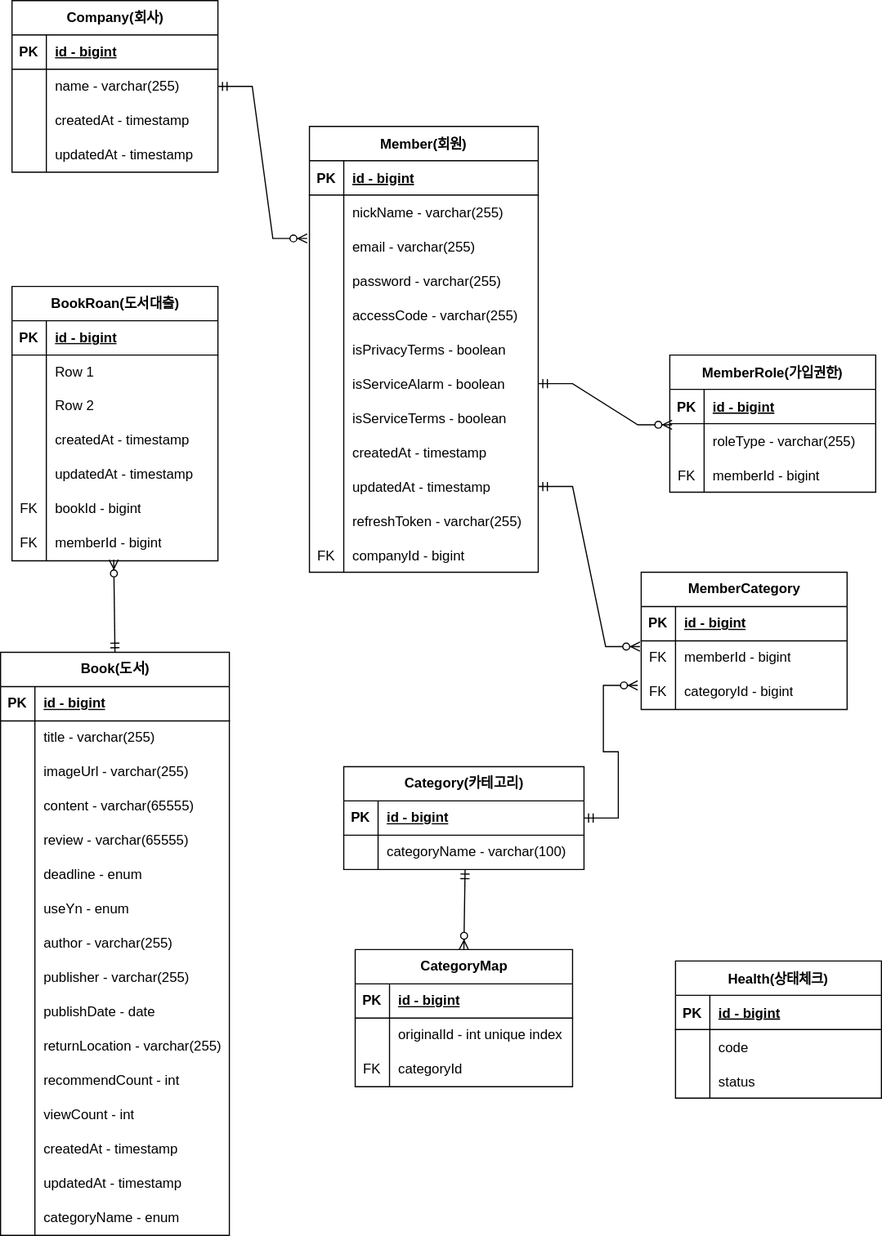
Above: document/litarary.drawio.svg in dukki-labs/litarary (draw.io), before the change. Source tidied: cells renumbered, new cells last; positions are measured from the earlier drawing's top-left corner, leaving out a move shared by most shapes.
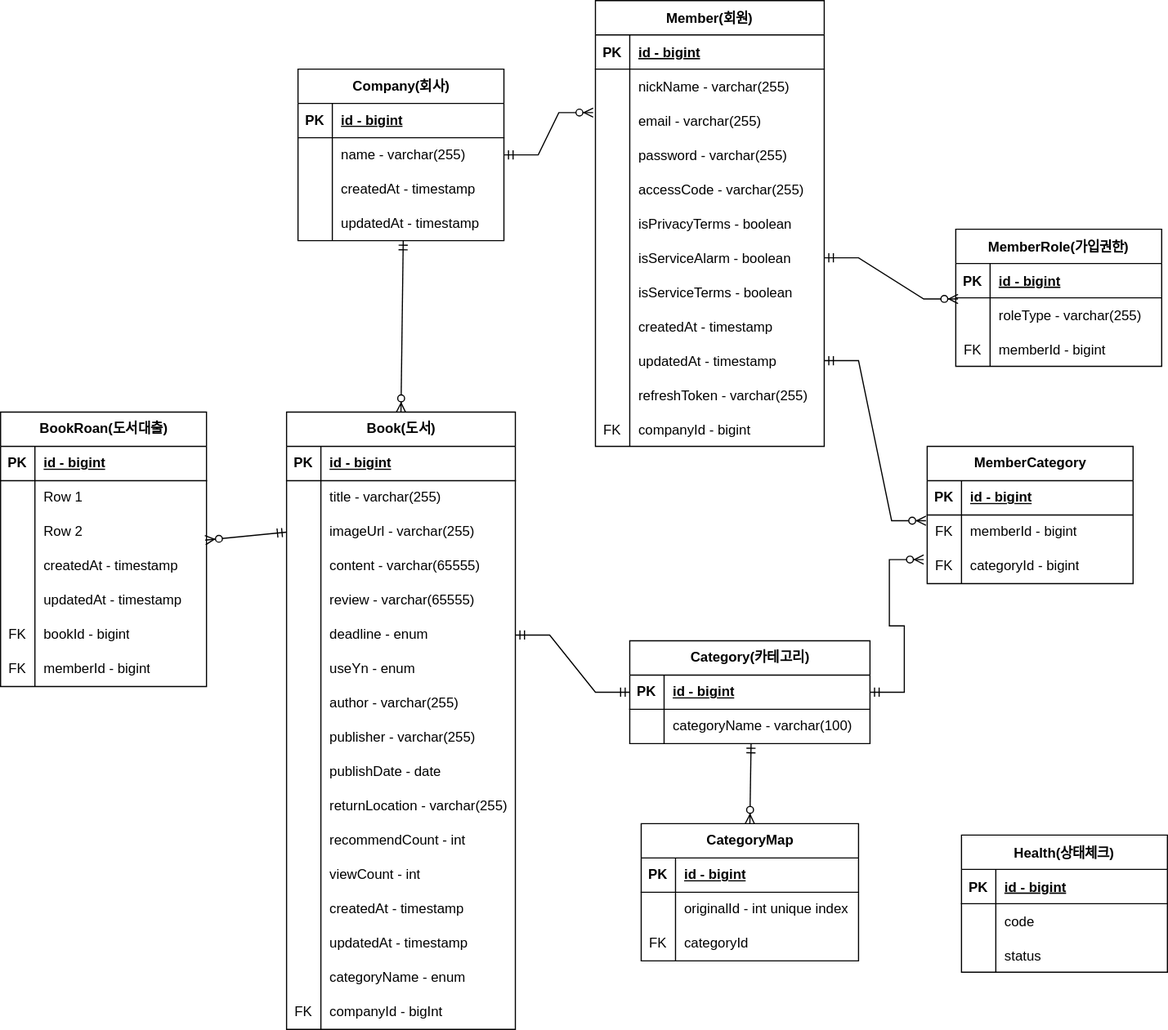
Later version of the same file.

Diff of the diagram source:
```diff
@@ -231,7 +231,7 @@
       <mxGeometry relative="1" as="geometry" />
     </mxCell>
     <mxCell id="78" value="Book(도서)" style="shape=table;startSize=30;rowLines=0;fontStyle=1;align=center;html=1;" parent="1" vertex="1">
-      <mxGeometry y="570" width="200" height="510" as="geometry" />
+      <mxGeometry y="470" width="200" height="540" as="geometry" />
     </mxCell>
     <mxCell id="79" style="shape=tableRow;horizontal=0;startSize=0;swimlaneHead=0;swimlaneBody=0;fillColor=none;top=0;left=0;right=0;bottom=1;" parent="78" vertex="1">
       <mxGeometry y="30" width="200" height="30" as="geometry" />
@@ -377,8 +377,17 @@
     <mxCell id="126" value="categoryName - enum" style="shape=partialRectangle;fillColor=none;top=0;left=0;bottom=0;right=0;align=left;spacingLeft=6;overflow=hidden;whiteSpace=wrap;html=1;" parent="124" vertex="1">
       <mxGeometry x="30" width="170" height="30" as="geometry" />
     </mxCell>
+    <mxCell id="176" style="shape=tableRow;horizontal=0;startSize=0;swimlaneHead=0;swimlaneBody=0;fillColor=none;top=0;left=0;right=0;bottom=0;" parent="78" vertex="1">
+      <mxGeometry y="510" width="200" height="30" as="geometry" />
+    </mxCell>
+    <mxCell id="177" value="FK" style="shape=partialRectangle;fillColor=none;top=0;left=0;bottom=0;right=0;overflow=hidden;whiteSpace=wrap;html=1;" parent="176" vertex="1">
+      <mxGeometry width="30" height="30" as="geometry" />
+    </mxCell>
+    <mxCell id="178" value="companyId - bigInt" style="shape=partialRectangle;fillColor=none;top=0;left=0;bottom=0;right=0;align=left;spacingLeft=6;overflow=hidden;whiteSpace=wrap;html=1;" parent="176" vertex="1">
+      <mxGeometry x="30" width="170" height="30" as="geometry" />
+    </mxCell>
     <mxCell id="127" value="BookRoan(도서대출)" style="shape=table;startSize=30;rowLines=0;fontStyle=1;align=center;html=1;" parent="1" vertex="1">
-      <mxGeometry x="10" y="250" width="180" height="240" as="geometry" />
+      <mxGeometry x="-250" y="470" width="180" height="240" as="geometry" />
     </mxCell>
     <mxCell id="128" style="shape=tableRow;horizontal=0;startSize=0;swimlaneHead=0;swimlaneBody=0;fillColor=none;top=0;left=0;right=0;bottom=1;" parent="127" vertex="1">
       <mxGeometry y="30" width="180" height="30" as="geometry" />
@@ -443,7 +452,7 @@
     <mxCell id="148" value="memberId - bigint" style="shape=partialRectangle;fillColor=none;top=0;left=0;bottom=0;right=0;align=left;spacingLeft=6;overflow=hidden;whiteSpace=wrap;html=1;" parent="146" vertex="1">
       <mxGeometry x="30" width="150" height="30" as="geometry" />
     </mxCell>
-    <mxCell id="149" style="fontSize=12;html=1;endArrow=ERzeroToMany;startArrow=ERmandOne;rounded=0;entryX=0.494;entryY=0.967;entryDx=0;entryDy=0;entryPerimeter=0;exitX=0.5;exitY=0;exitDx=0;exitDy=0;" parent="1" edge="1" source="78" target="146">
+    <mxCell id="149" style="fontSize=12;html=1;endArrow=ERzeroToMany;startArrow=ERmandOne;rounded=0;entryX=0.994;entryY=0.733;entryDx=0;entryDy=0;entryPerimeter=0;exitX=0;exitY=0.5;exitDx=0;exitDy=0;" parent="1" edge="1" source="85" target="134">
       <mxGeometry relative="1" as="geometry" />
     </mxCell>
     <mxCell id="150" value="MemberCategory" style="shape=table;startSize=30;rowLines=0;fontStyle=1;align=center;html=1;" parent="1" vertex="1">
@@ -483,7 +492,7 @@
       <mxGeometry relative="1" as="geometry" />
     </mxCell>
     <mxCell id="162" value="Company(회사)" style="shape=table;startSize=30;rowLines=0;fontStyle=1;align=center;html=1;" parent="1" vertex="1">
-      <mxGeometry x="10" width="180" height="150" as="geometry" />
+      <mxGeometry x="10" y="170" width="180" height="150" as="geometry" />
     </mxCell>
     <mxCell id="163" style="shape=tableRow;horizontal=0;startSize=0;swimlaneHead=0;swimlaneBody=0;fillColor=none;top=0;left=0;right=0;bottom=1;" parent="162" vertex="1">
       <mxGeometry y="30" width="180" height="30" as="geometry" />
@@ -524,5 +533,11 @@
     <mxCell id="175" style="edgeStyle=entityRelationEdgeStyle;fontSize=12;html=1;endArrow=ERzeroToMany;startArrow=ERmandOne;rounded=0;exitX=1;exitY=0.5;exitDx=0;exitDy=0;entryX=-0.01;entryY=0.267;entryDx=0;entryDy=0;entryPerimeter=0;" parent="1" edge="1" source="166" target="19">
       <mxGeometry relative="1" as="geometry" />
     </mxCell>
+    <mxCell id="179" style="edgeStyle=entityRelationEdgeStyle;fontSize=12;html=1;endArrow=ERmandOne;startArrow=ERmandOne;rounded=0;entryX=0;entryY=0.5;entryDx=0;entryDy=0;" parent="1" edge="1" source="94" target="61">
+      <mxGeometry relative="1" as="geometry" />
+    </mxCell>
+    <mxCell id="180" style="fontSize=12;html=1;endArrow=ERzeroToMany;startArrow=ERmandOne;rounded=0;exitX=0.511;exitY=1;exitDx=0;exitDy=0;entryX=0.5;entryY=0;entryDx=0;entryDy=0;exitPerimeter=0;" parent="1" edge="1" source="172" target="78">
+      <mxGeometry relative="1" as="geometry" />
+    </mxCell>
   </root>
 </mxGraphModel>
```
